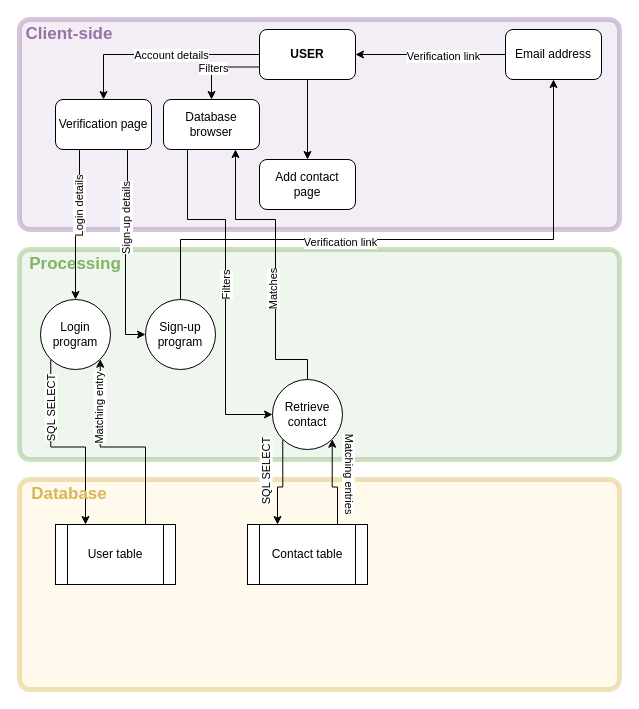
The draw.io diagram diagrams/dataflow.drawio in morphalcode/XMLdiagrams, before the edit. Source tidied: cells renumbered, new cells numbered last; positions are measured from the earlier drawing's top-left corner, leaving out a move shared by most shapes. Both pictures are drawn from the tidied source at 100%, with x=0, y=0 at pixel (19, 19).
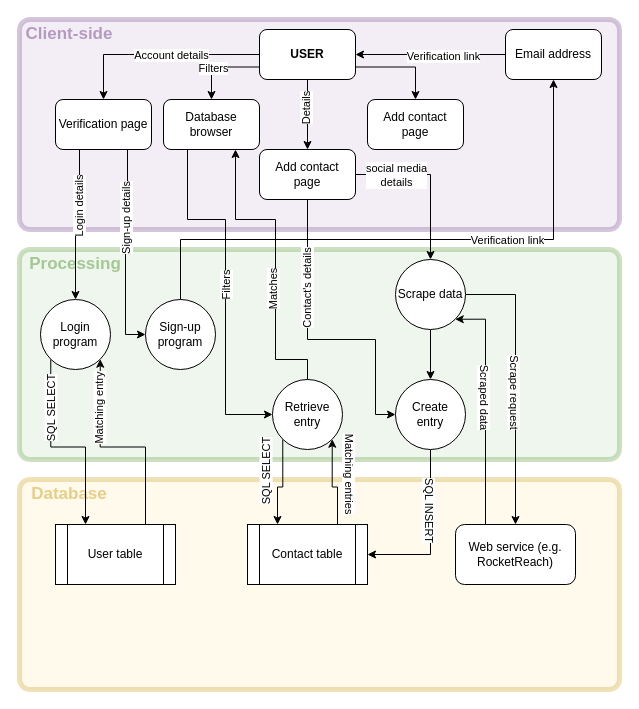
The same page after the edit.

The change refers to these unchanged cells:
```xml
<mxCell id="11" value="&lt;b&gt;USER&lt;/b&gt;" style="rounded=1;whiteSpace=wrap;html=1;" parent="1" vertex="1">
  <mxGeometry x="240" y="10" width="96" height="50" as="geometry" />
</mxCell>
<mxCell id="24" style="edgeStyle=orthogonalEdgeStyle;rounded=0;jettySize=auto;html=1;exitX=0.5;exitY=0;exitDx=0;exitDy=0;entryX=0.5;entryY=1;entryDx=0;entryDy=0;" parent="1" edge="1" source="26" target="20">
  <mxGeometry relative="1" as="geometry">
    <Array as="points">
      <mxPoint x="161" y="220" />
      <mxPoint x="534" y="220" />
    </Array>
  </mxGeometry>
</mxCell>
<mxCell id="42" value="Contact table" style="shape=process;whiteSpace=wrap;html=1;backgroundOutline=1;" parent="1" vertex="1">
  <mxGeometry x="228" y="505" width="120" height="60" as="geometry" />
</mxCell>
```

What changed in the source:
```diff
@@
+    <mxCell id="5" value="Client-side" style="text;html=1;strokeColor=none;fillColor=none;align=center;verticalAlign=middle;whiteSpace=wrap;rounded=0;fontFamily=Helvetica;fontStyle=1;fontColor=#9673a6;fontSize=17;" parent="1" vertex="1">
+      <mxGeometry width="100" height="30" as="geometry" />
+    </mxCell>
+    <mxCell id="12" value="Processing" style="text;html=1;strokeColor=none;fillColor=none;align=center;verticalAlign=middle;whiteSpace=wrap;rounded=0;fontFamily=Helvetica;fontStyle=1;fontColor=#82b366;fontSize=17;" parent="1" vertex="1">
+      <mxGeometry x="6" y="230" width="100" height="30" as="geometry" />
+    </mxCell>
+    <mxCell id="36" value="Database" style="text;html=1;strokeColor=none;fillColor=none;align=center;verticalAlign=middle;whiteSpace=wrap;rounded=0;fontFamily=Helvetica;fontStyle=1;fontColor=#d6b656;fontSize=17;" parent="1" vertex="1">
+      <mxGeometry y="460" width="100" height="30" as="geometry" />
+    </mxCell>
@@
-    <mxCell id="5" value="Client-side" style="text;html=1;strokeColor=none;fillColor=none;align=center;verticalAlign=middle;whiteSpace=wrap;rounded=0;fontFamily=Helvetica;fontStyle=1;fontColor=#9673a6;fontSize=17;" parent="1" vertex="1">
-      <mxGeometry width="100" height="30" as="geometry" />
-    </mxCell>
@@
+    <mxCell id="43" style="edgeStyle=orthogonalEdgeStyle;rounded=0;jettySize=auto;html=1;exitX=1;exitY=0.75;exitDx=0;exitDy=0;entryX=0.5;entryY=0;entryDx=0;entryDy=0;" parent="1" edge="1" source="11" target="52">
+      <mxGeometry relative="1" as="geometry" />
+    </mxCell>
@@
-    <mxCell id="12" value="Processing" style="text;html=1;strokeColor=none;fillColor=none;align=center;verticalAlign=middle;whiteSpace=wrap;rounded=0;fontFamily=Helvetica;fontStyle=1;fontColor=#82b366;fontSize=17;" parent="1" vertex="1">
-      <mxGeometry x="6" y="230" width="100" height="30" as="geometry" />
-    </mxCell>
@@
+    <mxCell id="44" value="Details" style="edgeLabel;html=1;align=center;verticalAlign=middle;rotation=270;" parent="24" vertex="1">
+      <mxGeometry x="0.78" y="-2" relative="1" as="geometry">
+        <mxPoint x="-250" y="-35" as="offset" />
+      </mxGeometry>
+    </mxCell>
     <mxCell id="25" value="Verification link" style="edgeLabel;html=1;align=center;verticalAlign=middle;" parent="24" vertex="1">
-      <mxGeometry x="-0.26" y="-2" relative="1" as="geometry" />
+      <mxGeometry x="-0.26" y="-2" relative="1" as="geometry">
+        <mxPoint x="167" y="-2" as="offset" />
+      </mxGeometry>
     </mxCell>
@@
-    <mxCell id="34" value="Retrieve contact" style="ellipse;whiteSpace=wrap;html=1;" parent="1" vertex="1">
+    <mxCell id="34" value="Retrieve entry" style="ellipse;whiteSpace=wrap;html=1;" parent="1" vertex="1">
       <mxGeometry x="253" y="360" width="70" height="70" as="geometry" />
     </mxCell>
+    <mxCell id="45" style="edgeStyle=orthogonalEdgeStyle;rounded=0;jettySize=auto;html=1;exitX=0.5;exitY=1;exitDx=0;exitDy=0;entryX=0;entryY=0.5;entryDx=0;entryDy=0;" parent="1" edge="1" source="35" target="49">
+      <mxGeometry relative="1" as="geometry">
+        <Array as="points">
+          <mxPoint x="288" y="320" />
+          <mxPoint x="356" y="320" />
+          <mxPoint x="356" y="395" />
+        </Array>
+      </mxGeometry>
+    </mxCell>
+    <mxCell id="46" value="Contact's details" style="edgeLabel;html=1;align=center;verticalAlign=middle;rotation=270;" parent="45" vertex="1">
+      <mxGeometry x="0.36" y="-2" relative="1" as="geometry">
+        <mxPoint x="-67" y="-52" as="offset" />
+      </mxGeometry>
+    </mxCell>
     <mxCell id="35" value="Add contact&lt;br&gt;page" style="rounded=1;whiteSpace=wrap;html=1;" parent="1" vertex="1">
-      <mxGeometry x="240" y="140" width="96" height="50" as="geometry" />
+      <mxGeometry x="240" y="130" width="96" height="50" as="geometry" />
     </mxCell>
-    <mxCell id="36" value="Database" style="text;html=1;strokeColor=none;fillColor=none;align=center;verticalAlign=middle;whiteSpace=wrap;rounded=0;fontFamily=Helvetica;fontStyle=1;fontColor=#d6b656;fontSize=17;" parent="1" vertex="1">
-      <mxGeometry y="460" width="100" height="30" as="geometry" />
-    </mxCell>
@@
+    <mxCell id="47" style="edgeStyle=orthogonalEdgeStyle;rounded=0;jettySize=auto;html=1;exitX=0.5;exitY=1;exitDx=0;exitDy=0;entryX=1;entryY=0.5;entryDx=0;entryDy=0;" parent="1" edge="1" source="49" target="42">
+      <mxGeometry relative="1" as="geometry" />
+    </mxCell>
+    <mxCell id="48" value="SQL INSERT" style="edgeLabel;html=1;align=center;verticalAlign=middle;rotation=90;" parent="47" vertex="1">
+      <mxGeometry x="-0.57" y="-3" relative="1" as="geometry">
+        <mxPoint x="3" y="24" as="offset" />
+      </mxGeometry>
+    </mxCell>
+    <mxCell id="49" value="Create&lt;br&gt;entry" style="ellipse;whiteSpace=wrap;html=1;" parent="1" vertex="1">
+      <mxGeometry x="376" y="360" width="70" height="70" as="geometry" />
+    </mxCell>
+    <mxCell id="50" style="edgeStyle=orthogonalEdgeStyle;rounded=0;jettySize=auto;html=1;exitX=1;exitY=0.5;exitDx=0;exitDy=0;entryX=0.5;entryY=0;entryDx=0;entryDy=0;" parent="1" edge="1" source="35" target="56">
+      <mxGeometry relative="1" as="geometry" />
+    </mxCell>
+    <mxCell id="51" value="social media&lt;br&gt;details" style="edgeLabel;html=1;align=center;verticalAlign=middle;rotation=0;" parent="50" vertex="1">
+      <mxGeometry x="-0.4" relative="1" as="geometry">
+        <mxPoint x="-8" as="offset" />
+      </mxGeometry>
+    </mxCell>
+    <mxCell id="52" value="Add contact&lt;br&gt;page" style="rounded=1;whiteSpace=wrap;html=1;" parent="1" vertex="1">
+      <mxGeometry x="348" y="80" width="96" height="50" as="geometry" />
+    </mxCell>
+    <mxCell id="53" style="edgeStyle=orthogonalEdgeStyle;rounded=0;jettySize=auto;html=1;exitX=0.5;exitY=1;exitDx=0;exitDy=0;entryX=0.5;entryY=0;entryDx=0;entryDy=0;" parent="1" edge="1" source="56" target="49">
+      <mxGeometry relative="1" as="geometry" />
+    </mxCell>
+    <mxCell id="54" style="edgeStyle=orthogonalEdgeStyle;rounded=0;jettySize=auto;html=1;exitX=1;exitY=0.5;exitDx=0;exitDy=0;entryX=0.5;entryY=0;entryDx=0;entryDy=0;" parent="1" edge="1" source="56" target="59">
+      <mxGeometry relative="1" as="geometry" />
+    </mxCell>
+    <mxCell id="55" value="Scrape request" style="edgeLabel;html=1;align=center;verticalAlign=middle;rotation=90;" parent="54" vertex="1">
+      <mxGeometry x="0.05" relative="1" as="geometry" />
+    </mxCell>
+    <mxCell id="56" value="Scrape data" style="ellipse;whiteSpace=wrap;html=1;" parent="1" vertex="1">
+      <mxGeometry x="376" y="240" width="70" height="70" as="geometry" />
+    </mxCell>
+    <mxCell id="57" style="edgeStyle=orthogonalEdgeStyle;rounded=0;jettySize=auto;html=1;exitX=0.25;exitY=0;exitDx=0;exitDy=0;entryX=1;entryY=1;entryDx=0;entryDy=0;" parent="1" edge="1" source="59" target="56">
+      <mxGeometry relative="1" as="geometry">
+        <Array as="points">
+          <mxPoint x="466" y="300" />
+        </Array>
+      </mxGeometry>
+    </mxCell>
+    <mxCell id="58" value="Scraped data" style="edgeLabel;html=1;align=center;verticalAlign=middle;rotation=90;" parent="57" vertex="1">
+      <mxGeometry x="0.09" y="3" relative="1" as="geometry">
+        <mxPoint x="3" as="offset" />
+      </mxGeometry>
+    </mxCell>
+    <mxCell id="59" value="Web service (e.g. RocketReach)" style="rounded=1;whiteSpace=wrap;html=1;" parent="1" vertex="1">
+      <mxGeometry x="436" y="505" width="120" height="60" as="geometry" />
+    </mxCell>
```
